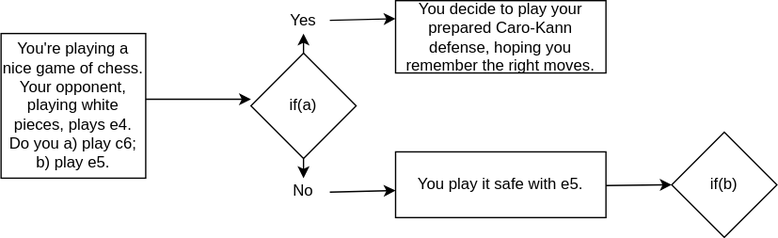
sdaffer/CS-142 keeps this draw.io diagram as 4-26-main-lab/Lab 4 - Decision Tree.svg. Above is the earlier version. Source tidied: cells renumbered, new cells last; positions are measured from the earlier drawing's top-left corner, leaving out a move shared by most shapes.
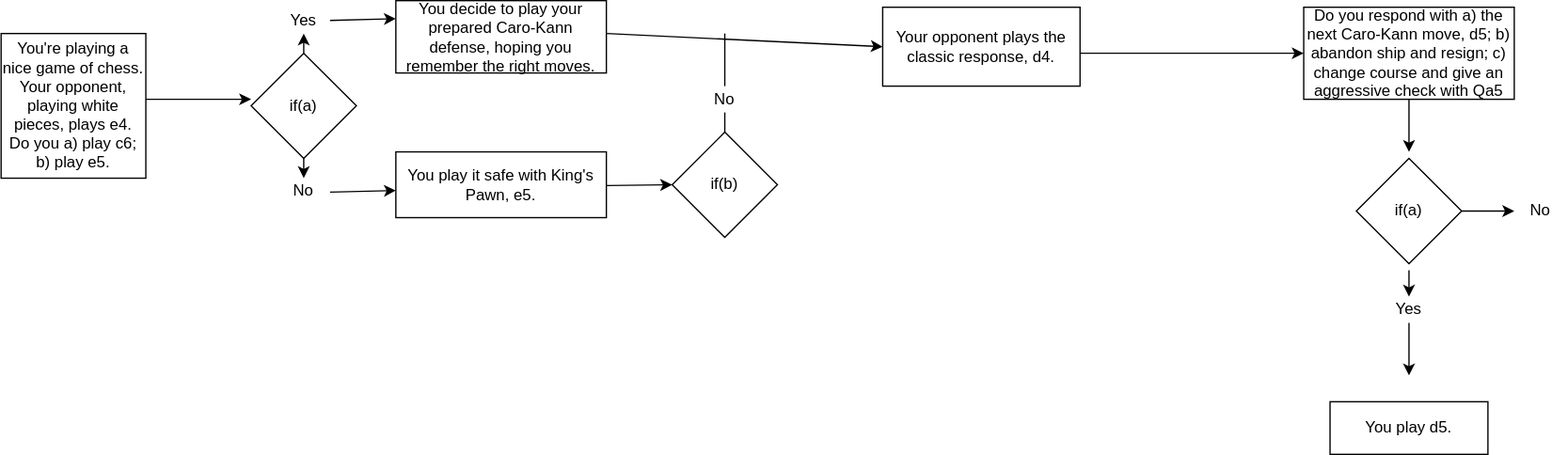
After the commit.

The edit, as a diff of the source:
```diff
@@ -42,7 +42,7 @@
     <mxCell id="12" style="rounded=0;whiteSpace=wrap;html=1;" parent="1" vertex="1">
       <mxGeometry x="300" y="115" width="160" height="50" as="geometry" />
     </mxCell>
-    <mxCell id="13" value="You play it safe with e5." style="text;html=1;strokeColor=none;fillColor=none;align=center;verticalAlign=middle;whiteSpace=wrap;rounded=0;" parent="1" vertex="1">
+    <mxCell id="13" value="You play it safe with King's Pawn, e5." style="text;html=1;strokeColor=none;fillColor=none;align=center;verticalAlign=middle;whiteSpace=wrap;rounded=0;" parent="1" vertex="1">
       <mxGeometry x="300" y="115" width="160" height="50" as="geometry" />
     </mxCell>
     <mxCell id="14" style="endArrow=classic;html=1;entryX=0;entryY=0.25;entryDx=0;entryDy=0;" parent="1" edge="1" target="11">
@@ -67,5 +67,77 @@
         <mxPoint x="460" y="140.6" as="sourcePoint" />
       </mxGeometry>
     </mxCell>
+    <mxCell id="19" style="rounded=0;whiteSpace=wrap;html=1;" parent="1" vertex="1">
+      <mxGeometry x="670" y="5" width="150" height="60" as="geometry" />
+    </mxCell>
+    <mxCell id="20" value="Your opponent plays the classic response, d4." style="text;html=1;strokeColor=none;fillColor=none;align=center;verticalAlign=middle;whiteSpace=wrap;rounded=0;" parent="1" vertex="1">
+      <mxGeometry x="670" y="5" width="150" height="60" as="geometry" />
+    </mxCell>
+    <mxCell id="21" style="endArrow=classic;html=1;entryX=0;entryY=0.5;entryDx=0;entryDy=0;" parent="1" edge="1" target="20">
+      <mxGeometry relative="1" as="geometry">
+        <mxPoint x="460" y="25" as="sourcePoint" />
+      </mxGeometry>
+    </mxCell>
+    <mxCell id="22" value="No" style="text;html=1;strokeColor=none;fillColor=none;align=center;verticalAlign=middle;whiteSpace=wrap;rounded=0;" parent="1" vertex="1">
+      <mxGeometry x="530" y="65" width="40" height="20" as="geometry" />
+    </mxCell>
+    <mxCell id="23" style="endArrow=none;html=1;entryX=0.5;entryY=0;entryDx=0;entryDy=0;" parent="1" edge="1" target="22">
+      <mxGeometry relative="1" as="geometry">
+        <mxPoint x="550" y="25" as="sourcePoint" />
+      </mxGeometry>
+    </mxCell>
+    <mxCell id="24" style="endArrow=none;html=1;exitX=0.5;exitY=1;exitDx=0;exitDy=0;entryX=0.5;entryY=0;entryDx=0;entryDy=0;" parent="1" edge="1" source="22" target="16">
+      <mxGeometry relative="1" as="geometry" />
+    </mxCell>
+    <mxCell id="25" style="rounded=0;whiteSpace=wrap;html=1;" parent="1" vertex="1">
+      <mxGeometry x="990" y="5" width="160" height="70" as="geometry" />
+    </mxCell>
+    <mxCell id="26" style="endArrow=classic;html=1;entryX=0;entryY=0.5;entryDx=0;entryDy=0;" parent="1" edge="1" target="25">
+      <mxGeometry relative="1" as="geometry">
+        <mxPoint x="820" y="40" as="sourcePoint" />
+      </mxGeometry>
+    </mxCell>
+    <mxCell id="27" value="Do you respond with a) the next Caro-Kann move, d5; b) abandon ship and resign; c) change course and give an aggressive check with Qa5" style="text;html=1;strokeColor=none;fillColor=none;align=center;verticalAlign=middle;whiteSpace=wrap;rounded=0;" parent="1" vertex="1">
+      <mxGeometry x="990" y="5" width="160" height="70" as="geometry" />
+    </mxCell>
+    <mxCell id="28" style="rhombus;whiteSpace=wrap;html=1;" parent="1" vertex="1">
+      <mxGeometry x="1030" y="120" width="80" height="80" as="geometry" />
+    </mxCell>
+    <mxCell id="29" value="if(a)" style="text;html=1;strokeColor=none;fillColor=none;align=center;verticalAlign=middle;whiteSpace=wrap;rounded=0;" parent="1" vertex="1">
+      <mxGeometry x="1050" y="150" width="40" height="20" as="geometry" />
+    </mxCell>
+    <mxCell id="30" style="endArrow=classic;html=1;" parent="1" edge="1">
+      <mxGeometry relative="1" as="geometry">
+        <mxPoint x="1070" y="75" as="sourcePoint" />
+        <mxPoint x="1070" y="115" as="targetPoint" />
+      </mxGeometry>
+    </mxCell>
+    <mxCell id="31" value="Yes" style="text;html=1;strokeColor=none;fillColor=none;align=center;verticalAlign=middle;whiteSpace=wrap;rounded=0;" parent="1" vertex="1">
+      <mxGeometry x="1050" y="225" width="40" height="20" as="geometry" />
+    </mxCell>
+    <mxCell id="32" style="endArrow=classic;html=1;entryX=0.5;entryY=0;entryDx=0;entryDy=0;" parent="1" edge="1" target="31">
+      <mxGeometry relative="1" as="geometry">
+        <mxPoint x="1070" y="205" as="sourcePoint" />
+      </mxGeometry>
+    </mxCell>
+    <mxCell id="33" style="endArrow=classic;html=1;exitX=0.5;exitY=1;exitDx=0;exitDy=0;" parent="1" edge="1" source="31">
+      <mxGeometry relative="1" as="geometry">
+        <mxPoint x="1070" y="285" as="targetPoint" />
+      </mxGeometry>
+    </mxCell>
+    <mxCell id="34" style="rounded=0;whiteSpace=wrap;html=1;" parent="1" vertex="1">
+      <mxGeometry x="1010" y="305" width="120" height="40" as="geometry" />
+    </mxCell>
+    <mxCell id="35" value="You play d5." style="text;html=1;strokeColor=none;fillColor=none;align=center;verticalAlign=middle;whiteSpace=wrap;rounded=0;" parent="1" vertex="1">
+      <mxGeometry x="1010" y="305" width="120" height="40" as="geometry" />
+    </mxCell>
+    <mxCell id="36" style="endArrow=classic;html=1;exitX=1;exitY=0.5;exitDx=0;exitDy=0;" parent="1" edge="1" source="28">
+      <mxGeometry relative="1" as="geometry">
+        <mxPoint x="1150" y="160" as="targetPoint" />
+      </mxGeometry>
+    </mxCell>
+    <mxCell id="37" value="No" style="text;html=1;strokeColor=none;fillColor=none;align=center;verticalAlign=middle;whiteSpace=wrap;rounded=0;" parent="1" vertex="1">
+      <mxGeometry x="1150" y="150" width="40" height="20" as="geometry" />
+    </mxCell>
   </root>
 </mxGraphModel>
```
